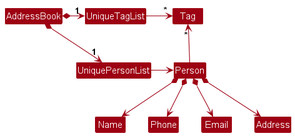
Before: docs/images/BetterModelClassDiagram.png, a diagram exported from PlantUML (nus-cs2103-AY2425S1/tp).
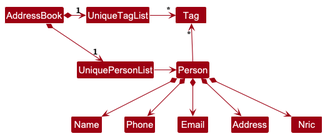
The same diagram one commit later.

Change to the diagram source:
```diff
@@ -18,4 +18,5 @@
 Person *--> Phone
 Person *--> Email
 Person *--> Address
+Person *--> Nric
 @enduml
```
